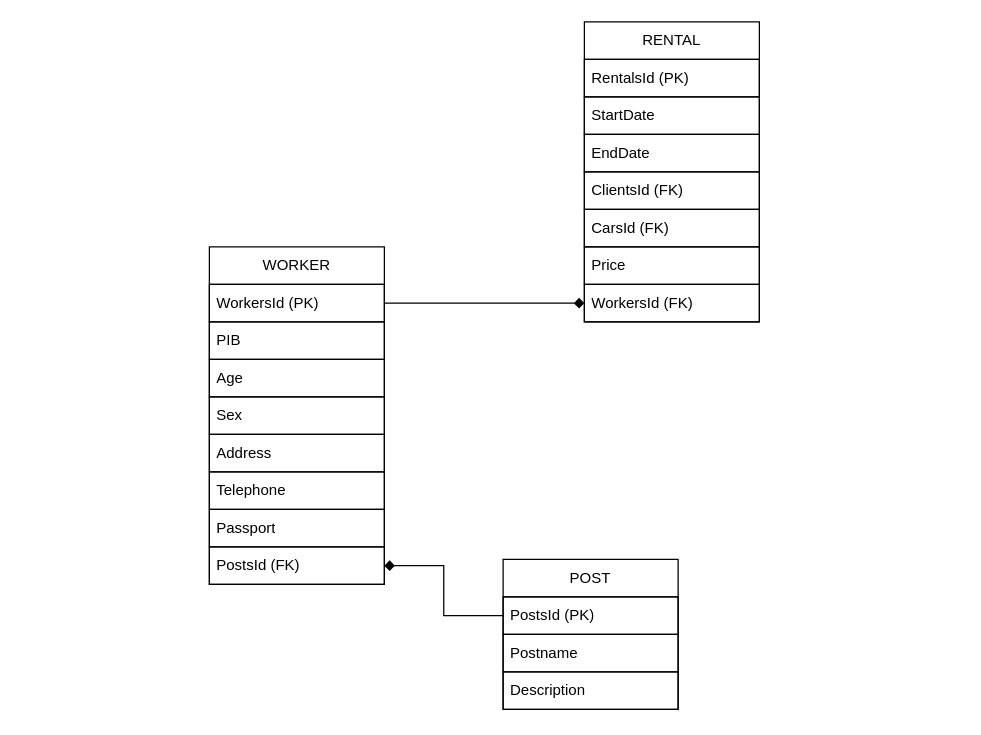
Before: logic.drawio in Erw1n-git/drawio_flowcharts, a draw.io diagram. Source tidied: cells renumbered, new cells numbered last; positions are measured from the earlier drawing's top-left corner, leaving out a move shared by most shapes. Both pictures are drawn from the tidied source at 125%, with x=0, y=0 at pixel (209, 21).
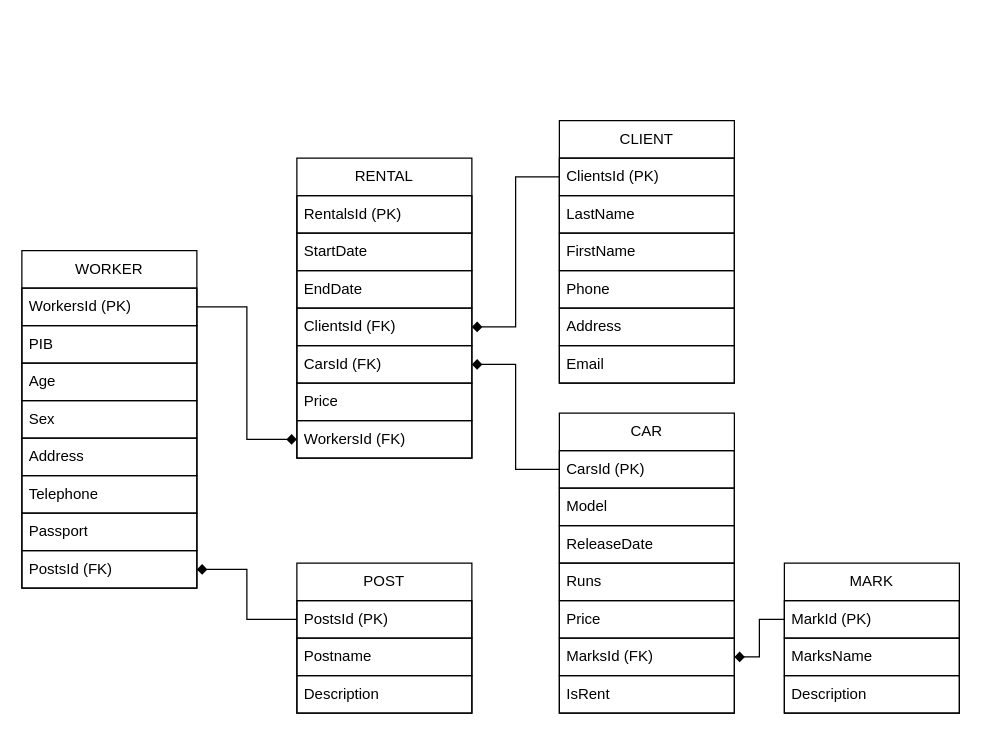
The same diagram, later.

Unchanged cells that the change refers to:
```xml
<mxCell id="20" value="&lt;div&gt;ClientsId (FK)&lt;br&gt;&lt;/div&gt;" style="text;strokeColor=default;fillColor=none;align=left;verticalAlign=middle;spacingLeft=4;spacingRight=4;overflow=hidden;points=[[0,0.5],[1,0.5]];portConstraint=eastwest;whiteSpace=wrap;html=1;" parent="16" vertex="1">
  <mxGeometry y="120" width="140" height="30" as="geometry" />
</mxCell>
<mxCell id="21" value="CarsId (FK)" style="text;strokeColor=default;fillColor=none;align=left;verticalAlign=middle;spacingLeft=4;spacingRight=4;overflow=hidden;points=[[0,0.5],[1,0.5]];portConstraint=eastwest;whiteSpace=wrap;html=1;" parent="16" vertex="1">
  <mxGeometry y="150" width="140" height="30" as="geometry" />
</mxCell>
```

What changed in the source:
```diff
@@
     <mxCell id="2" value="&lt;div&gt;WORKER&lt;/div&gt;" style="swimlane;fontStyle=0;horizontal=1;startSize=30;whiteSpace=wrap;html=1;" parent="1" vertex="1">
-      <mxGeometry y="180" width="140" height="270" as="geometry" />
+      <mxGeometry x="-150" y="183" width="140" height="270" as="geometry" />
     </mxCell>
@@
     <mxCell id="11" value="POST" style="swimlane;fontStyle=0;horizontal=1;startSize=30;whiteSpace=wrap;html=1;" parent="1" vertex="1">
-      <mxGeometry x="235" y="430" width="140" height="120" as="geometry" />
+      <mxGeometry x="70" y="433" width="140" height="120" as="geometry" />
     </mxCell>
@@
     <mxCell id="16" value="RENTAL" style="swimlane;fontStyle=0;horizontal=1;startSize=30;whiteSpace=wrap;html=1;" parent="1" vertex="1">
-      <mxGeometry x="300" width="140" height="240" as="geometry" />
+      <mxGeometry x="70" y="109" width="140" height="240" as="geometry" />
     </mxCell>
@@
+    <mxCell id="25" value="CAR" style="swimlane;fontStyle=0;horizontal=1;startSize=30;whiteSpace=wrap;html=1;" parent="1" vertex="1">
+      <mxGeometry x="280" y="313" width="140" height="240" as="geometry" />
+    </mxCell>
+    <mxCell id="26" value="CarsId (PK)" style="text;strokeColor=default;fillColor=none;align=left;verticalAlign=middle;spacingLeft=4;spacingRight=4;overflow=hidden;points=[[0,0.5],[1,0.5]];portConstraint=eastwest;whiteSpace=wrap;html=1;" parent="25" vertex="1">
+      <mxGeometry y="30" width="140" height="30" as="geometry" />
+    </mxCell>
+    <mxCell id="27" value="Model" style="text;strokeColor=default;fillColor=none;align=left;verticalAlign=middle;spacingLeft=4;spacingRight=4;overflow=hidden;whiteSpace=wrap;html=1;" parent="25" vertex="1">
+      <mxGeometry y="60" width="140" height="30" as="geometry" />
+    </mxCell>
+    <mxCell id="28" value="ReleaseDate" style="text;strokeColor=default;fillColor=none;align=left;verticalAlign=middle;spacingLeft=4;spacingRight=4;overflow=hidden;whiteSpace=wrap;html=1;" parent="25" vertex="1">
+      <mxGeometry y="90" width="140" height="30" as="geometry" />
+    </mxCell>
+    <mxCell id="29" value="Runs" style="text;strokeColor=default;fillColor=none;align=left;verticalAlign=middle;spacingLeft=4;spacingRight=4;overflow=hidden;whiteSpace=wrap;html=1;" parent="25" vertex="1">
+      <mxGeometry y="120" width="140" height="30" as="geometry" />
+    </mxCell>
+    <mxCell id="30" value="Price" style="text;strokeColor=default;fillColor=none;align=left;verticalAlign=middle;spacingLeft=4;spacingRight=4;overflow=hidden;whiteSpace=wrap;html=1;" parent="25" vertex="1">
+      <mxGeometry y="150" width="140" height="30" as="geometry" />
+    </mxCell>
+    <mxCell id="31" value="MarksId (FK)" style="text;strokeColor=default;fillColor=none;align=left;verticalAlign=middle;spacingLeft=4;spacingRight=4;overflow=hidden;points=[[0,0.5],[1,0.5]];portConstraint=eastwest;whiteSpace=wrap;html=1;" parent="25" vertex="1">
+      <mxGeometry y="180" width="140" height="30" as="geometry" />
+    </mxCell>
+    <mxCell id="32" value="IsRent" style="text;strokeColor=default;fillColor=none;align=left;verticalAlign=middle;spacingLeft=4;spacingRight=4;overflow=hidden;whiteSpace=wrap;html=1;" parent="25" vertex="1">
+      <mxGeometry y="210" width="140" height="30" as="geometry" />
+    </mxCell>
+    <mxCell id="33" value="CLIENT" style="swimlane;fontStyle=0;horizontal=1;startSize=30;whiteSpace=wrap;html=1;" parent="1" vertex="1">
+      <mxGeometry x="280" y="79" width="140" height="210" as="geometry" />
+    </mxCell>
+    <mxCell id="34" value="ClientsId (PK)" style="text;strokeColor=default;fillColor=none;align=left;verticalAlign=middle;spacingLeft=4;spacingRight=4;overflow=hidden;points=[[0,0.5],[1,0.5]];portConstraint=eastwest;whiteSpace=wrap;html=1;" parent="33" vertex="1">
+      <mxGeometry y="30" width="140" height="30" as="geometry" />
+    </mxCell>
+    <mxCell id="35" value="LastName" style="text;strokeColor=default;fillColor=none;align=left;verticalAlign=middle;spacingLeft=4;spacingRight=4;overflow=hidden;whiteSpace=wrap;html=1;" parent="33" vertex="1">
+      <mxGeometry y="60" width="140" height="30" as="geometry" />
+    </mxCell>
+    <mxCell id="36" value="FirstName" style="text;strokeColor=default;fillColor=none;align=left;verticalAlign=middle;spacingLeft=4;spacingRight=4;overflow=hidden;whiteSpace=wrap;html=1;" parent="33" vertex="1">
+      <mxGeometry y="90" width="140" height="30" as="geometry" />
+    </mxCell>
+    <mxCell id="37" value="Phone" style="text;strokeColor=default;fillColor=none;align=left;verticalAlign=middle;spacingLeft=4;spacingRight=4;overflow=hidden;whiteSpace=wrap;html=1;" parent="33" vertex="1">
+      <mxGeometry y="120" width="140" height="30" as="geometry" />
+    </mxCell>
+    <mxCell id="38" value="Address" style="text;strokeColor=default;fillColor=none;align=left;verticalAlign=middle;spacingLeft=4;spacingRight=4;overflow=hidden;whiteSpace=wrap;html=1;" parent="33" vertex="1">
+      <mxGeometry y="150" width="140" height="30" as="geometry" />
+    </mxCell>
+    <mxCell id="39" value="Email" style="text;strokeColor=default;fillColor=none;align=left;verticalAlign=middle;spacingLeft=4;spacingRight=4;overflow=hidden;whiteSpace=wrap;html=1;" parent="33" vertex="1">
+      <mxGeometry y="180" width="140" height="30" as="geometry" />
+    </mxCell>
+    <mxCell id="40" style="edgeStyle=orthogonalEdgeStyle;rounded=0;jettySize=auto;html=1;entryX=1;entryY=0.5;entryDx=0;entryDy=0;endArrow=diamond;endFill=1;" parent="1" edge="1" source="34" target="20">
+      <mxGeometry relative="1" as="geometry" />
+    </mxCell>
+    <mxCell id="41" style="edgeStyle=orthogonalEdgeStyle;rounded=0;jettySize=auto;html=1;entryX=1;entryY=0.5;entryDx=0;entryDy=0;endArrow=diamond;endFill=1;" parent="1" edge="1" source="26" target="21">
+      <mxGeometry relative="1" as="geometry" />
+    </mxCell>
+    <mxCell id="42" value="MARK" style="swimlane;fontStyle=0;horizontal=1;startSize=30;whiteSpace=wrap;html=1;" parent="1" vertex="1">
+      <mxGeometry x="460" y="433" width="140" height="120" as="geometry" />
+    </mxCell>
+    <mxCell id="43" value="&lt;div&gt;MarkId (PK)&lt;/div&gt;" style="text;strokeColor=default;fillColor=none;align=left;verticalAlign=middle;spacingLeft=4;spacingRight=4;overflow=hidden;points=[[0,0.5],[1,0.5]];portConstraint=eastwest;whiteSpace=wrap;html=1;" parent="42" vertex="1">
+      <mxGeometry y="30" width="140" height="30" as="geometry" />
+    </mxCell>
+    <mxCell id="44" value="MarksName" style="text;strokeColor=default;fillColor=none;align=left;verticalAlign=middle;spacingLeft=4;spacingRight=4;overflow=hidden;whiteSpace=wrap;html=1;" parent="42" vertex="1">
+      <mxGeometry y="60" width="140" height="30" as="geometry" />
+    </mxCell>
+    <mxCell id="45" value="Description" style="text;strokeColor=default;fillColor=none;align=left;verticalAlign=middle;spacingLeft=4;spacingRight=4;overflow=hidden;whiteSpace=wrap;html=1;" parent="42" vertex="1">
+      <mxGeometry y="90" width="140" height="30" as="geometry" />
+    </mxCell>
+    <mxCell id="46" style="edgeStyle=orthogonalEdgeStyle;rounded=0;jettySize=auto;html=1;entryX=1;entryY=0.5;entryDx=0;entryDy=0;endArrow=diamond;endFill=1;" parent="1" edge="1" source="43" target="31">
+      <mxGeometry relative="1" as="geometry" />
+    </mxCell>
```
